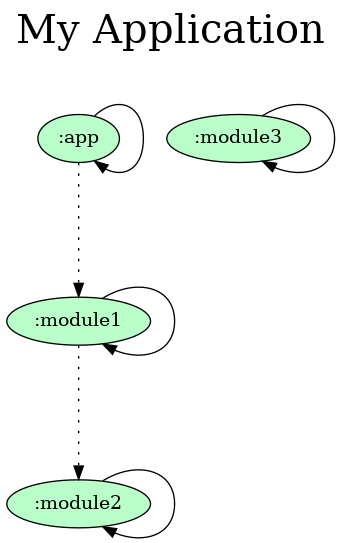
alexaccandr/test_graph keeps this Graphviz diagram as gradle/dependency-graph/project.dot.png. Above is the earlier version. Its source is kept beside it as gradle/dependency-graph/project.dot.
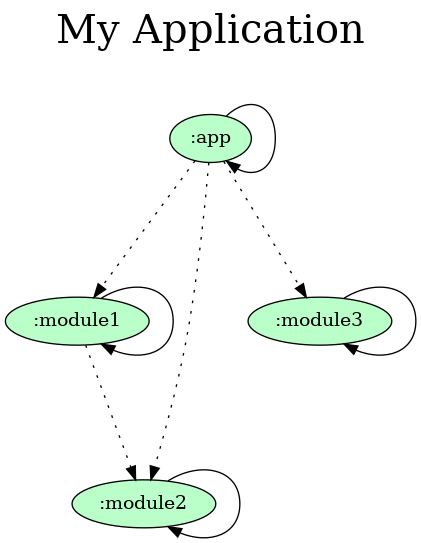
The same file after the commit.

Commit message:
Update dependency graph

Change to the diagram source:
```diff
@@ -16,6 +16,8 @@
 
   ":app" -> ":app"
   ":app" -> ":module1" [style=dotted]
+  ":app" -> ":module2" [style=dotted]
+  ":app" -> ":module3" [style=dotted]
   ":module1" -> ":module1"
   ":module1" -> ":module2" [style=dotted]
   ":module2" -> ":module2"
```
